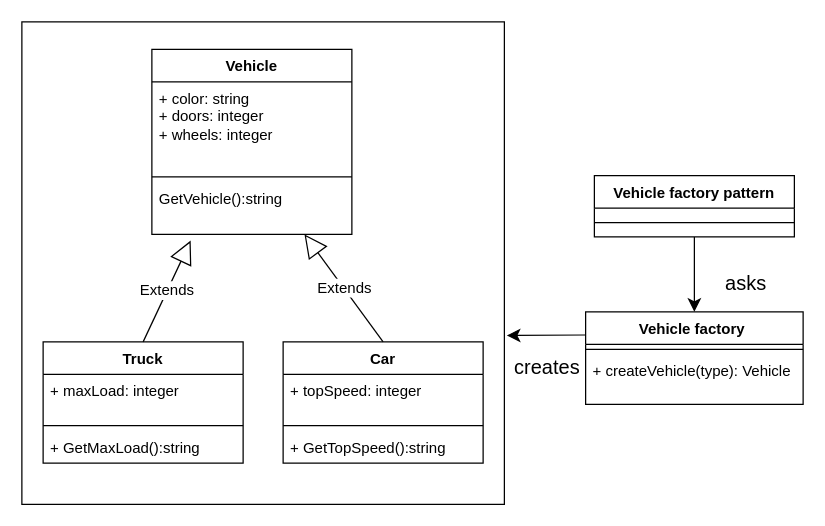
Earlier version of the draw.io diagram page "Page-2" (2 of 2) of firstTask.drawio (MacroFlower/NoroffFirst). Source tidied: cells renumbered, new cells numbered last; positions are measured from the earlier drawing's top-left corner, leaving out a move shared by most shapes. Both pictures are drawn from the tidied source at 125%, with x=0, y=0 at pixel (21, 21).
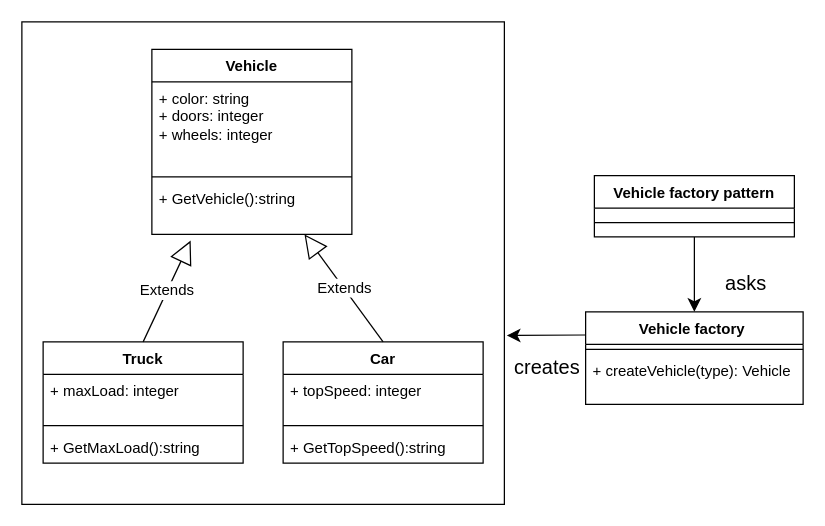
The same page after the edit.

The change refers to these unchanged cells:
```xml
<mxCell id="11" value="Vehicle" style="swimlane;fontStyle=1;align=center;verticalAlign=top;horizontal=1;startSize=26;whiteSpace=wrap;html=1;" parent="1" vertex="1">
  <mxGeometry x="104" y="22" width="160" height="148" as="geometry" />
</mxCell>
```

The edit, as a diff of the source:
```diff
@@
-    <mxCell id="14" value="GetVehicle():string" style="text;strokeColor=none;fillColor=none;align=left;verticalAlign=top;spacingLeft=4;spacingRight=4;overflow=hidden;points=[[0,0.5],[1,0.5]];portConstraint=eastwest;whiteSpace=wrap;html=1;" parent="11" vertex="1">
+    <mxCell id="14" value="+ GetVehicle():string" style="text;strokeColor=none;fillColor=none;align=left;verticalAlign=top;spacingLeft=4;spacingRight=4;overflow=hidden;points=[[0,0.5],[1,0.5]];portConstraint=eastwest;whiteSpace=wrap;html=1;" parent="11" vertex="1">
       <mxGeometry y="106" width="160" height="42" as="geometry" />
     </mxCell>
```
